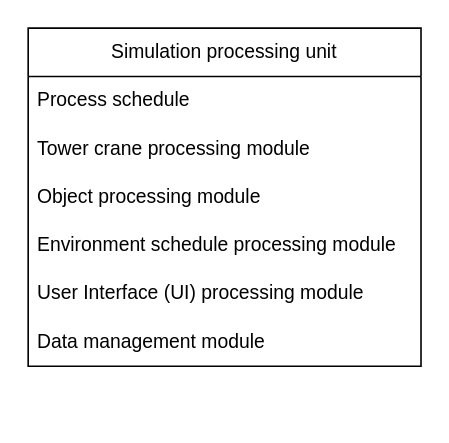
This is Hoisting.drawio from RiemannLee19/UMLs, a draw.io file, before an edit. Source tidied: cells renumbered, new cells numbered last; positions are measured from the earlier drawing's top-left corner, leaving out a move shared by most shapes. Both pictures are drawn from the tidied source at 161%, with x=0, y=0 at pixel (27, 27).
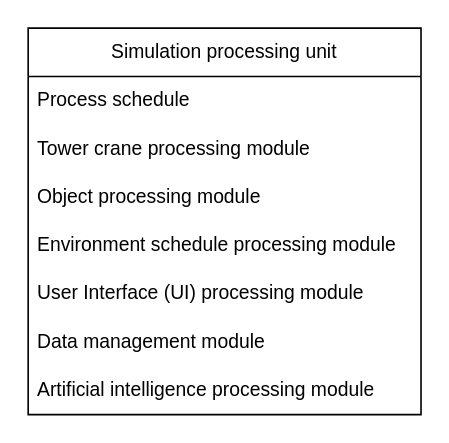
After the change.

What changed in the source:
```diff
@@
 <mxGraphModel>
   <root>
     <mxCell id="0" />
     <mxCell id="1" parent="0" />
     <mxCell id="2" value="Simulation processing unit" style="swimlane;fontStyle=0;horizontal=1;startSize=30;whiteSpace=wrap;html=1;" parent="1" vertex="1">
-      <mxGeometry width="244" height="210" as="geometry" />
+      <mxGeometry width="244" height="240" as="geometry" />
     </mxCell>
     <mxCell id="3" value="Process schedule" style="text;strokeColor=none;fillColor=none;align=left;verticalAlign=middle;spacingLeft=4;spacingRight=4;overflow=hidden;whiteSpace=wrap;html=1;" parent="2" vertex="1">
       <mxGeometry y="30" width="244" height="30" as="geometry" />
     </mxCell>
     <mxCell id="4" value="Tower crane processing module" style="text;strokeColor=none;fillColor=none;align=left;verticalAlign=middle;spacingLeft=4;spacingRight=4;overflow=hidden;whiteSpace=wrap;html=1;" parent="2" vertex="1">
       <mxGeometry y="60" width="244" height="30" as="geometry" />
     </mxCell>
     <mxCell id="5" value="Object processing module" style="text;strokeColor=none;fillColor=none;align=left;verticalAlign=middle;spacingLeft=4;spacingRight=4;overflow=hidden;whiteSpace=wrap;html=1;" parent="2" vertex="1">
       <mxGeometry y="90" width="244" height="30" as="geometry" />
     </mxCell>
     <mxCell id="6" value="Environment schedule processing module" style="text;strokeColor=none;fillColor=none;align=left;verticalAlign=middle;spacingLeft=4;spacingRight=4;overflow=hidden;whiteSpace=wrap;html=1;" parent="2" vertex="1">
       <mxGeometry y="120" width="244" height="30" as="geometry" />
     </mxCell>
     <mxCell id="7" value="User Interface (UI) processing module" style="text;strokeColor=none;fillColor=none;align=left;verticalAlign=middle;spacingLeft=4;spacingRight=4;overflow=hidden;whiteSpace=wrap;html=1;" parent="2" vertex="1">
       <mxGeometry y="150" width="244" height="30" as="geometry" />
     </mxCell>
     <mxCell id="8" value="Data management module" style="text;strokeColor=none;fillColor=none;align=left;verticalAlign=middle;spacingLeft=4;spacingRight=4;overflow=hidden;whiteSpace=wrap;html=1;" parent="2" vertex="1">
       <mxGeometry y="180" width="244" height="30" as="geometry" />
     </mxCell>
+    <mxCell id="9" value="Artificial intelligence processing module" style="text;strokeColor=none;fillColor=none;align=left;verticalAlign=middle;spacingLeft=4;spacingRight=4;overflow=hidden;whiteSpace=wrap;html=1;" parent="2" vertex="1">
+      <mxGeometry y="210" width="244" height="30" as="geometry" />
+    </mxCell>
   </root>
 </mxGraphModel>
```
